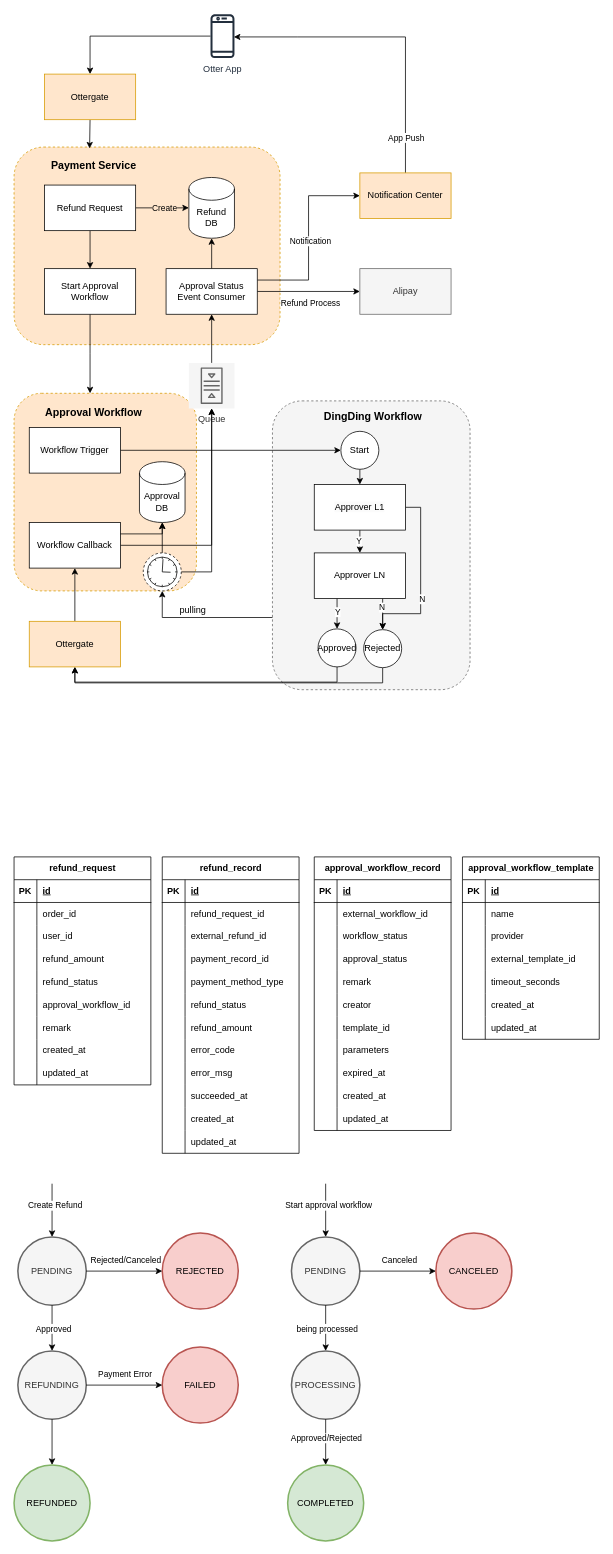
This is Refund Process.drawio from evagle/awesome, a draw.io file, before an edit. Source tidied: cells renumbered, new cells numbered last; positions are measured from the earlier drawing's top-left corner, leaving out a move shared by most shapes. Both pictures are drawn from the tidied source at 76%, with x=0, y=0 at pixel (14, 13).
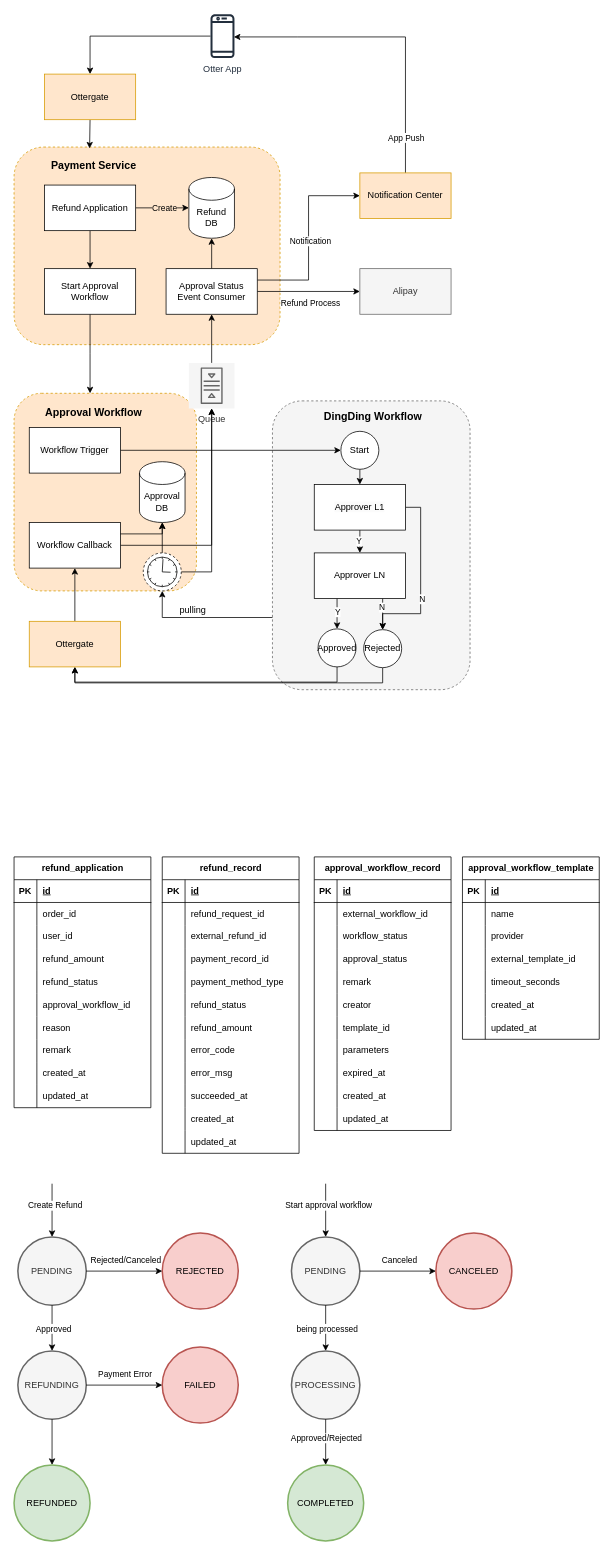
The same diagram, later.

Change to the diagram source:
```diff
@@
-    <mxCell id="10" value="Refund Request" style="rounded=0;whiteSpace=wrap;html=1;" parent="1" vertex="1">
+    <mxCell id="10" value="Refund Application" style="rounded=0;whiteSpace=wrap;html=1;" parent="1" vertex="1">
       <mxGeometry x="40" y="226" width="120" height="60" as="geometry" />
     </mxCell>
@@
-    <mxCell id="52" value="refund_request" style="shape=table;startSize=30;childLayout=tableLayout;rowLines=0;fontStyle=1;align=center;html=1;" parent="1" vertex="1">
-      <mxGeometry y="1110" width="180" height="300" as="geometry" />
+    <mxCell id="52" value="refund_application" style="shape=table;startSize=30;childLayout=tableLayout;rowLines=0;fontStyle=1;align=center;html=1;" parent="1" vertex="1">
+      <mxGeometry y="1110" width="180" height="330" as="geometry" />
     </mxCell>
@@
+    <mxCell id="208" style="shape=tableRow;horizontal=0;startSize=0;swimlaneHead=0;swimlaneBody=0;fillColor=none;top=0;left=0;right=0;bottom=0;" parent="52" vertex="1">
+      <mxGeometry y="210" width="180" height="30" as="geometry" />
+    </mxCell>
+    <mxCell id="209" style="shape=partialRectangle;fillColor=none;top=0;left=0;bottom=0;right=0;overflow=hidden;whiteSpace=wrap;html=1;" parent="208" vertex="1">
+      <mxGeometry width="30" height="30" as="geometry" />
+    </mxCell>
+    <mxCell id="210" value="reason" style="shape=partialRectangle;fillColor=none;top=0;left=0;bottom=0;right=0;align=left;spacingLeft=6;overflow=hidden;whiteSpace=wrap;html=1;" parent="208" vertex="1">
+      <mxGeometry x="30" width="150" height="30" as="geometry" />
+    </mxCell>
     <mxCell id="71" style="shape=tableRow;horizontal=0;startSize=0;swimlaneHead=0;swimlaneBody=0;fillColor=none;top=0;left=0;right=0;bottom=0;" parent="52" vertex="1">
-      <mxGeometry y="210" width="180" height="30" as="geometry" />
+      <mxGeometry y="240" width="180" height="30" as="geometry" />
     </mxCell>
@@
     <mxCell id="74" style="shape=tableRow;horizontal=0;startSize=0;swimlaneHead=0;swimlaneBody=0;fillColor=none;top=0;left=0;right=0;bottom=0;" parent="52" vertex="1">
-      <mxGeometry y="240" width="180" height="30" as="geometry" />
+      <mxGeometry y="270" width="180" height="30" as="geometry" />
     </mxCell>
@@
     <mxCell id="77" style="shape=tableRow;horizontal=0;startSize=0;swimlaneHead=0;swimlaneBody=0;fillColor=none;top=0;left=0;right=0;bottom=0;" parent="52" vertex="1">
-      <mxGeometry y="270" width="180" height="30" as="geometry" />
+      <mxGeometry y="300" width="180" height="30" as="geometry" />
     </mxCell>
```
